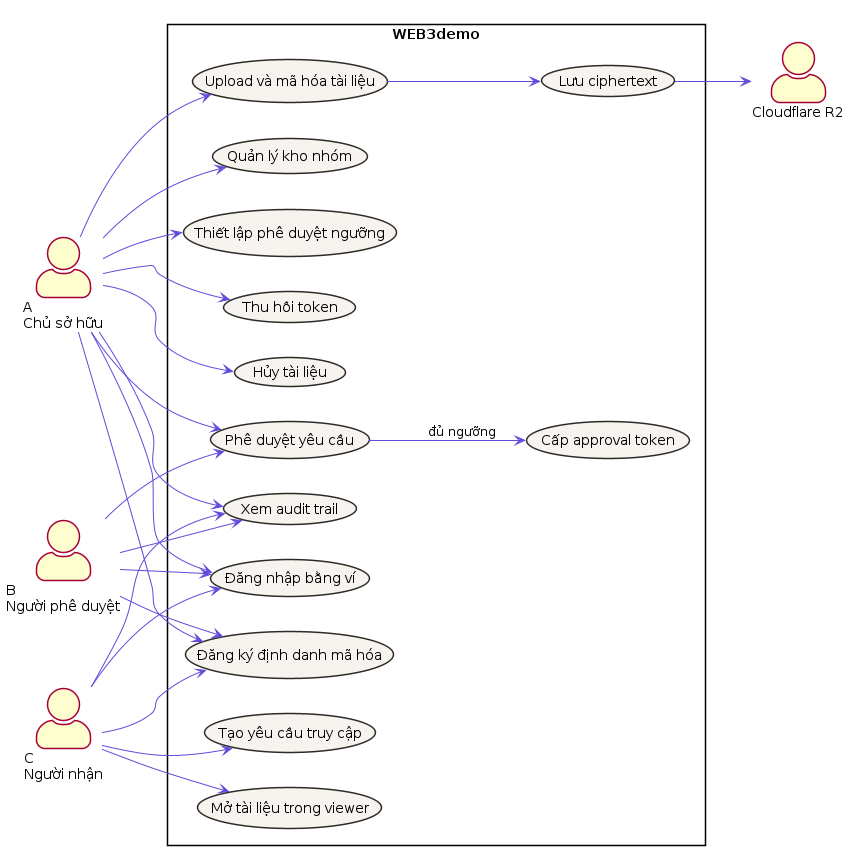
The PlantUML diagram report/report_latex/diagrams/usecase.png in Poicitaco/WEB3demo, before a commit. Its source is kept beside it as report/report_latex/diagrams/usecase.puml. Its diagram source:
```plantuml
@startuml
skinparam defaultFontName "TeX Gyre Termes"
left to right direction
skinparam packageStyle rectangle
skinparam shadowing false
skinparam actorStyle awesome
skinparam usecase {
  BackgroundColor #F7F4EF
  BorderColor #2E2A27
  ArrowColor #5F4BDB
}

actor "A\nChủ sở hữu" as Owner
actor "B\nNgười phê duyệt" as Reviewer
actor "C\nNgười nhận" as Recipient
actor "Cloudflare R2" as R2

rectangle "WEB3demo" {
  usecase "Đăng nhập bằng ví" as UCAuth
  usecase "Đăng ký định danh mã hóa" as UCIdentity
  usecase "Upload và mã hóa tài liệu" as UCUpload
  usecase "Quản lý kho nhóm" as UCVault
  usecase "Thiết lập phê duyệt ngưỡng" as UCThreshold
  usecase "Tạo yêu cầu truy cập" as UCRequest
  usecase "Phê duyệt yêu cầu" as UCApprove
  usecase "Cấp approval token" as UCToken
  usecase "Mở tài liệu trong viewer" as UCView
  usecase "Thu hồi token" as UCRevoke
  usecase "Hủy tài liệu" as UCDestroy
  usecase "Xem audit trail" as UCAudit
  usecase "Lưu ciphertext" as UCStore
}

Owner --> UCAuth
Reviewer --> UCAuth
Recipient --> UCAuth
Owner --> UCIdentity
Reviewer --> UCIdentity
Recipient --> UCIdentity
Owner --> UCUpload
Owner --> UCVault
Owner --> UCThreshold
Recipient --> UCRequest
Owner --> UCApprove
Reviewer --> UCApprove
UCApprove --> UCToken : đủ ngưỡng
Recipient --> UCView
Owner --> UCRevoke
Owner --> UCDestroy
Owner --> UCAudit
Reviewer --> UCAudit
Recipient --> UCAudit
UCUpload --> UCStore
UCStore --> R2
@enduml
```
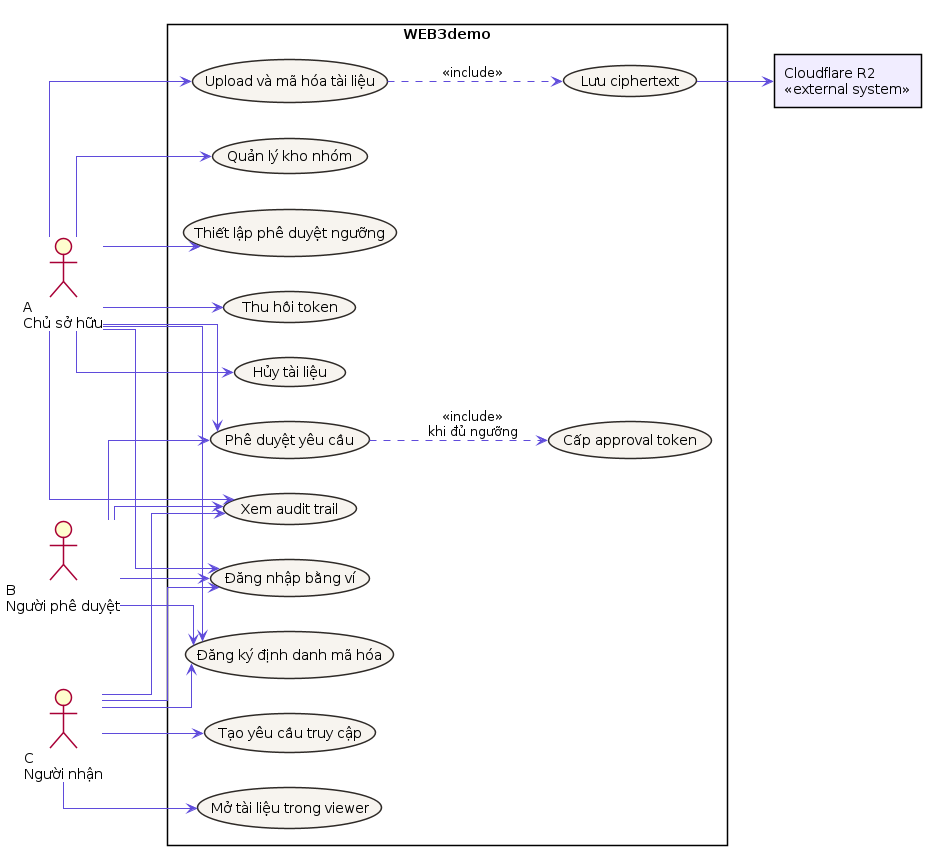
The same diagram one commit later.

The edit, as a diff of the source:
```diff
@@ -3,7 +3,7 @@
 left to right direction
 skinparam packageStyle rectangle
 skinparam shadowing false
-skinparam actorStyle awesome
+skinparam linetype ortho
 skinparam usecase {
   BackgroundColor #F7F4EF
   BorderColor #2E2A27
@@ -13,7 +13,7 @@
 actor "A\nChủ sở hữu" as Owner
 actor "B\nNgười phê duyệt" as Reviewer
 actor "C\nNgười nhận" as Recipient
-actor "Cloudflare R2" as R2
+rectangle "Cloudflare R2\n<<external system>>" as R2 #F1EDFF
 
 rectangle "WEB3demo" {
   usecase "Đăng nhập bằng ví" as UCAuth
@@ -43,13 +43,13 @@
 Recipient --> UCRequest
 Owner --> UCApprove
 Reviewer --> UCApprove
-UCApprove --> UCToken : đủ ngưỡng
+UCApprove ..> UCToken : <<include>>\nkhi đủ ngưỡng
 Recipient --> UCView
 Owner --> UCRevoke
 Owner --> UCDestroy
 Owner --> UCAudit
 Reviewer --> UCAudit
 Recipient --> UCAudit
-UCUpload --> UCStore
+UCUpload ..> UCStore : <<include>>
 UCStore --> R2
 @enduml
```
